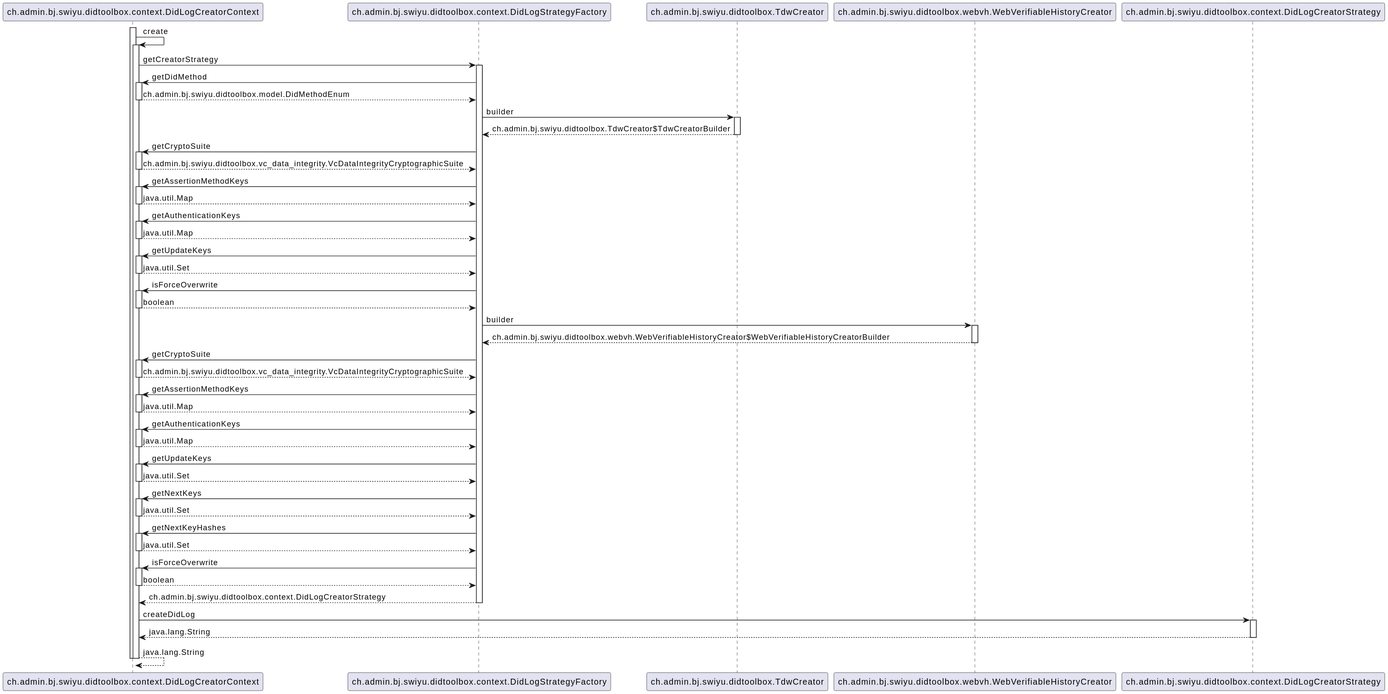
Before: src/main/plantuml/DidLogCreatorContext-create.svg, a diagram exported from PlantUML (swiyu-admin-ch/didtoolbox-java).
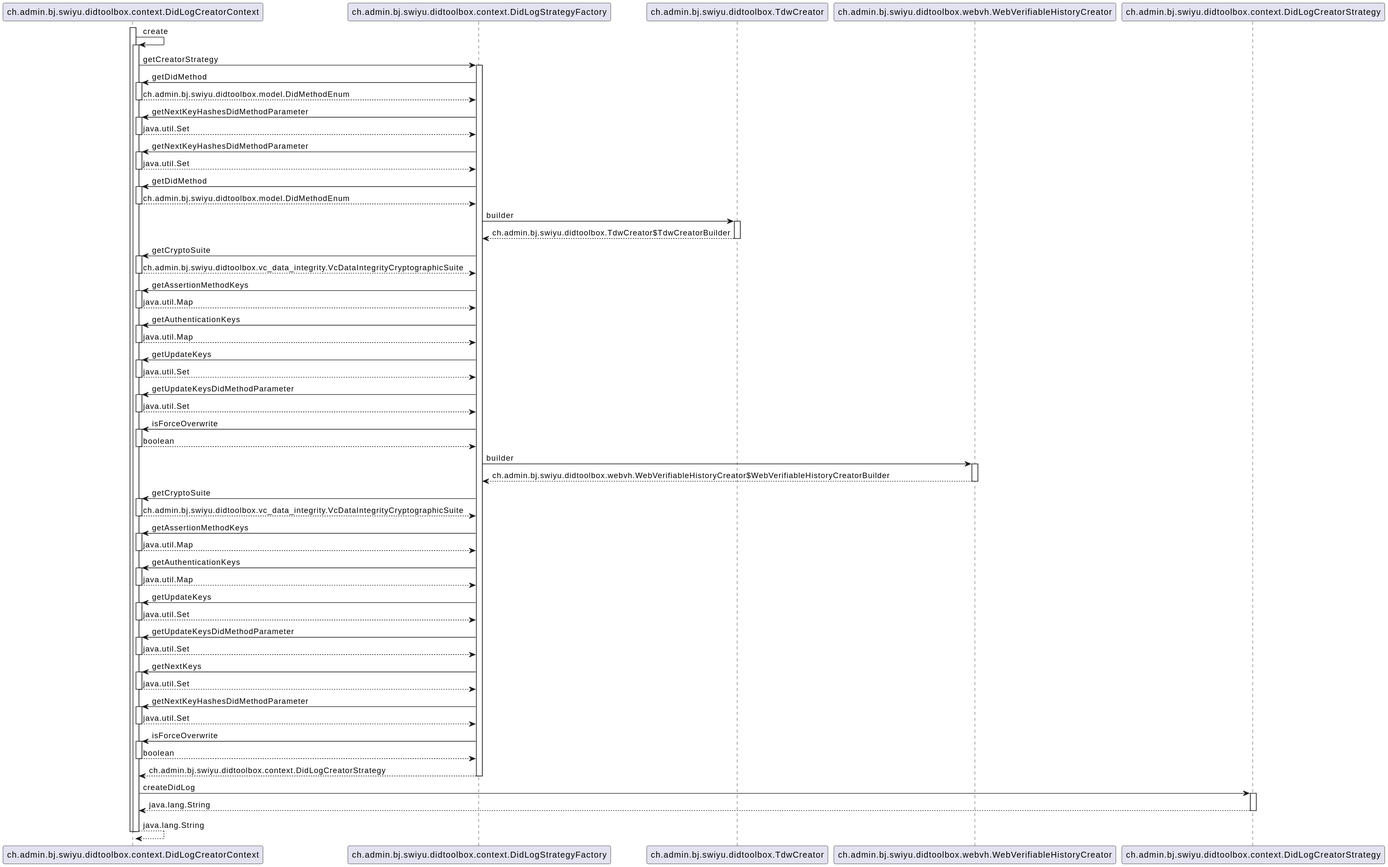
After the change.

What changed in the source:
```diff
@@ -10,6 +10,18 @@
 	activate ch.admin.bj.swiyu.didtoolbox.context.DidLogCreatorContext
 		ch.admin.bj.swiyu.didtoolbox.context.DidLogCreatorContext -> ch.admin.bj.swiyu.didtoolbox.context.DidLogStrategyFactory : getCreatorStrategy
 		activate ch.admin.bj.swiyu.didtoolbox.context.DidLogStrategyFactory
+			ch.admin.bj.swiyu.didtoolbox.context.DidLogStrategyFactory -> ch.admin.bj.swiyu.didtoolbox.context.DidLogCreatorContext : getDidMethod
+			activate ch.admin.bj.swiyu.didtoolbox.context.DidLogCreatorContext
+				ch.admin.bj.swiyu.didtoolbox.context.DidLogCreatorContext --> ch.admin.bj.swiyu.didtoolbox.context.DidLogStrategyFactory : ch.admin.bj.swiyu.didtoolbox.model.DidMethodEnum
+			deactivate ch.admin.bj.swiyu.didtoolbox.context.DidLogCreatorContext
+			ch.admin.bj.swiyu.didtoolbox.context.DidLogStrategyFactory -> ch.admin.bj.swiyu.didtoolbox.context.DidLogCreatorContext : getNextKeyHashesDidMethodParameter
+			activate ch.admin.bj.swiyu.didtoolbox.context.DidLogCreatorContext
+				ch.admin.bj.swiyu.didtoolbox.context.DidLogCreatorContext --> ch.admin.bj.swiyu.didtoolbox.context.DidLogStrategyFactory : java.util.Set
+			deactivate ch.admin.bj.swiyu.didtoolbox.context.DidLogCreatorContext
+			ch.admin.bj.swiyu.didtoolbox.context.DidLogStrategyFactory -> ch.admin.bj.swiyu.didtoolbox.context.DidLogCreatorContext : getNextKeyHashesDidMethodParameter
+			activate ch.admin.bj.swiyu.didtoolbox.context.DidLogCreatorContext
+				ch.admin.bj.swiyu.didtoolbox.context.DidLogCreatorContext --> ch.admin.bj.swiyu.didtoolbox.context.DidLogStrategyFactory : java.util.Set
+			deactivate ch.admin.bj.swiyu.didtoolbox.context.DidLogCreatorContext
 			ch.admin.bj.swiyu.didtoolbox.context.DidLogStrategyFactory -> ch.admin.bj.swiyu.didtoolbox.context.DidLogCreatorContext : getDidMethod
 			activate ch.admin.bj.swiyu.didtoolbox.context.DidLogCreatorContext
 				ch.admin.bj.swiyu.didtoolbox.context.DidLogCreatorContext --> ch.admin.bj.swiyu.didtoolbox.context.DidLogStrategyFactory : ch.admin.bj.swiyu.didtoolbox.model.DidMethodEnum
@@ -31,6 +43,10 @@
 				ch.admin.bj.swiyu.didtoolbox.context.DidLogCreatorContext --> ch.admin.bj.swiyu.didtoolbox.context.DidLogStrategyFactory : java.util.Map
 			deactivate ch.admin.bj.swiyu.didtoolbox.context.DidLogCreatorContext
 			ch.admin.bj.swiyu.didtoolbox.context.DidLogStrategyFactory -> ch.admin.bj.swiyu.didtoolbox.context.DidLogCreatorContext : getUpdateKeys
+			activate ch.admin.bj.swiyu.didtoolbox.context.DidLogCreatorContext
+				ch.admin.bj.swiyu.didtoolbox.context.DidLogCreatorContext --> ch.admin.bj.swiyu.didtoolbox.context.DidLogStrategyFactory : java.util.Set
+			deactivate ch.admin.bj.swiyu.didtoolbox.context.DidLogCreatorContext
+			ch.admin.bj.swiyu.didtoolbox.context.DidLogStrategyFactory -> ch.admin.bj.swiyu.didtoolbox.context.DidLogCreatorContext : getUpdateKeysDidMethodParameter
 			activate ch.admin.bj.swiyu.didtoolbox.context.DidLogCreatorContext
 				ch.admin.bj.swiyu.didtoolbox.context.DidLogCreatorContext --> ch.admin.bj.swiyu.didtoolbox.context.DidLogStrategyFactory : java.util.Set
 			deactivate ch.admin.bj.swiyu.didtoolbox.context.DidLogCreatorContext
@@ -58,11 +74,15 @@
 			activate ch.admin.bj.swiyu.didtoolbox.context.DidLogCreatorContext
 				ch.admin.bj.swiyu.didtoolbox.context.DidLogCreatorContext --> ch.admin.bj.swiyu.didtoolbox.context.DidLogStrategyFactory : java.util.Set
 			deactivate ch.admin.bj.swiyu.didtoolbox.context.DidLogCreatorContext
+			ch.admin.bj.swiyu.didtoolbox.context.DidLogStrategyFactory -> ch.admin.bj.swiyu.didtoolbox.context.DidLogCreatorContext : getUpdateKeysDidMethodParameter
+			activate ch.admin.bj.swiyu.didtoolbox.context.DidLogCreatorContext
+				ch.admin.bj.swiyu.didtoolbox.context.DidLogCreatorContext --> ch.admin.bj.swiyu.didtoolbox.context.DidLogStrategyFactory : java.util.Set
+			deactivate ch.admin.bj.swiyu.didtoolbox.context.DidLogCreatorContext
 			ch.admin.bj.swiyu.didtoolbox.context.DidLogStrategyFactory -> ch.admin.bj.swiyu.didtoolbox.context.DidLogCreatorContext : getNextKeys
 			activate ch.admin.bj.swiyu.didtoolbox.context.DidLogCreatorContext
 				ch.admin.bj.swiyu.didtoolbox.context.DidLogCreatorContext --> ch.admin.bj.swiyu.didtoolbox.context.DidLogStrategyFactory : java.util.Set
 			deactivate ch.admin.bj.swiyu.didtoolbox.context.DidLogCreatorContext
-			ch.admin.bj.swiyu.didtoolbox.context.DidLogStrategyFactory -> ch.admin.bj.swiyu.didtoolbox.context.DidLogCreatorContext : getNextKeyHashes
+			ch.admin.bj.swiyu.didtoolbox.context.DidLogStrategyFactory -> ch.admin.bj.swiyu.didtoolbox.context.DidLogCreatorContext : getNextKeyHashesDidMethodParameter
 			activate ch.admin.bj.swiyu.didtoolbox.context.DidLogCreatorContext
 				ch.admin.bj.swiyu.didtoolbox.context.DidLogCreatorContext --> ch.admin.bj.swiyu.didtoolbox.context.DidLogStrategyFactory : java.util.Set
 			deactivate ch.admin.bj.swiyu.didtoolbox.context.DidLogCreatorContext
```
